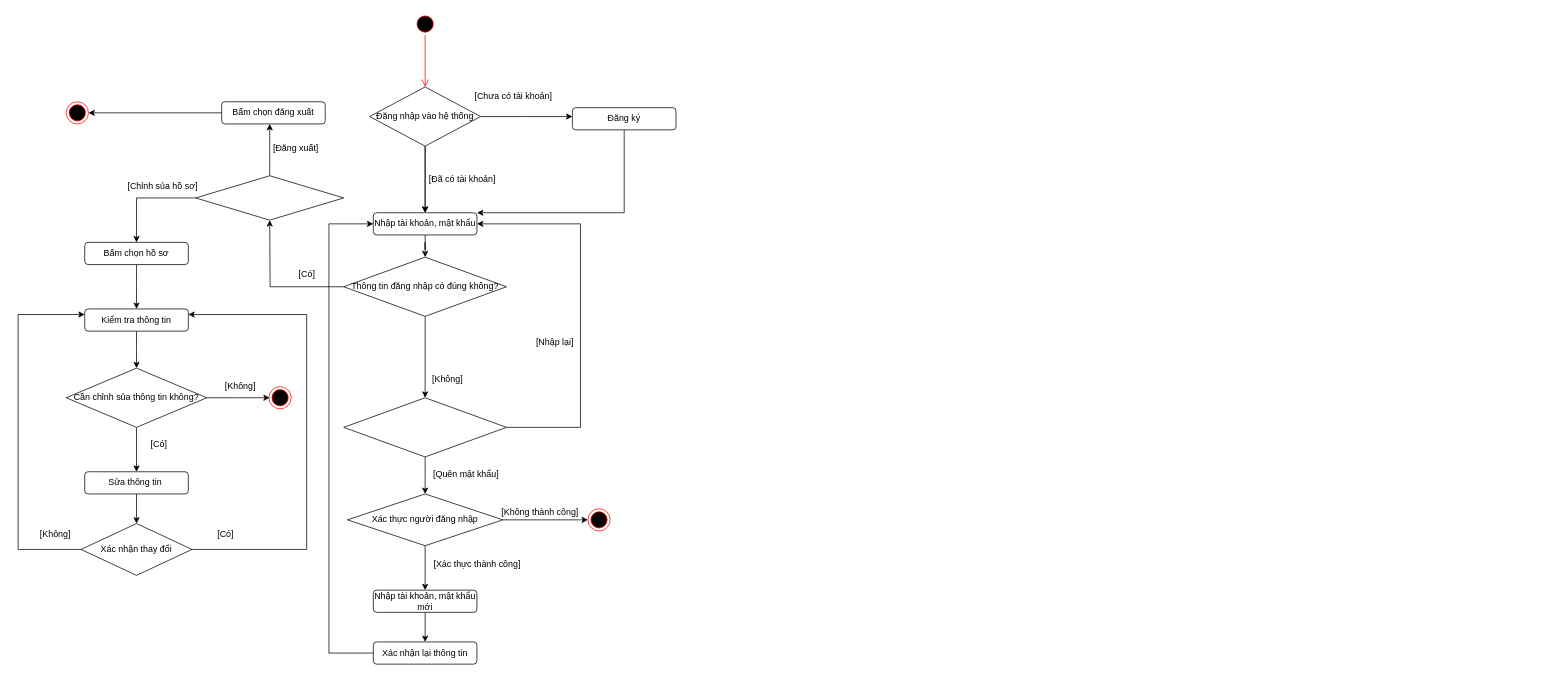
The draw.io diagram Activity Diagram/Quản lý tài khoản/actitvity quản lý tài khoản.drawio in brown2004/PTTKHT-project, before the edit. Source tidied: cells renumbered, new cells numbered last; positions are measured from the earlier drawing's top-left corner, leaving out a move shared by most shapes. Both pictures are drawn from the tidied source at 74%, with x=0, y=0 at pixel (18, 13).
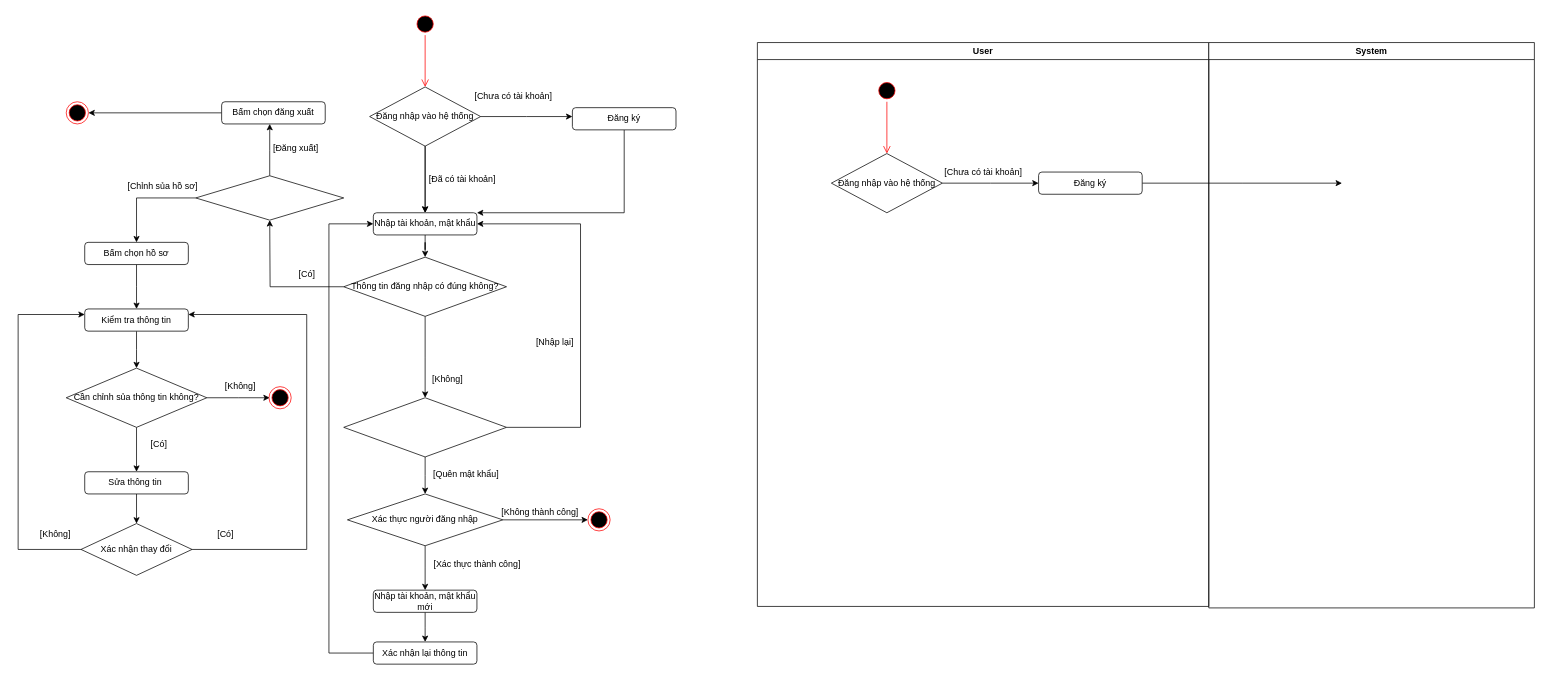
Above is the later version.

The edit, as a diff of the source:
```diff
@@
+    <mxCell id="59" value="User" style="swimlane;whiteSpace=wrap;" parent="1" vertex="1">
+      <mxGeometry x="999" y="40" width="610" height="762" as="geometry" />
+    </mxCell>
+    <mxCell id="60" style="ellipse;html=1;shape=startState;fillColor=#000000;strokeColor=#ff0000;" parent="59" vertex="1">
+      <mxGeometry x="160" y="50" width="30" height="30" as="geometry" />
+    </mxCell>
+    <mxCell id="61" style="edgeStyle=orthogonalEdgeStyle;html=1;verticalAlign=bottom;endArrow=open;endSize=8;strokeColor=#ff0000;rounded=0;entryX=0.5;entryY=0;entryDx=0;entryDy=0;" parent="59" edge="1" source="60" target="62">
+      <mxGeometry relative="1" as="geometry" />
+    </mxCell>
+    <mxCell id="62" value="Đăng nhập vào hệ thống" style="rhombus;whiteSpace=wrap;html=1;" parent="59" vertex="1">
+      <mxGeometry x="100" y="150" width="150" height="80" as="geometry" />
+    </mxCell>
+    <mxCell id="63" style="edgeStyle=orthogonalEdgeStyle;rounded=0;jettySize=auto;html=1;exitX=1;exitY=0.5;exitDx=0;exitDy=0;" parent="59" edge="1" source="62">
+      <mxGeometry relative="1" as="geometry">
+        <mxPoint x="380" y="190" as="targetPoint" />
+      </mxGeometry>
+    </mxCell>
+    <mxCell id="64" value="[Chưa có tài khoản]" style="text;html=1;align=center;verticalAlign=middle;strokeColor=none;fillColor=none;" parent="59" vertex="1">
+      <mxGeometry x="240" y="160" width="130" height="30" as="geometry" />
+    </mxCell>
+    <mxCell id="65" style="edgeStyle=orthogonalEdgeStyle;rounded=0;jettySize=auto;html=1;" parent="59" edge="1" source="66">
+      <mxGeometry relative="1" as="geometry">
+        <mxPoint x="790" y="190" as="targetPoint" />
+      </mxGeometry>
+    </mxCell>
+    <mxCell id="66" value="Đăng ký" style="rounded=1;whiteSpace=wrap;html=1;" parent="59" vertex="1">
+      <mxGeometry x="380" y="175" width="140" height="30" as="geometry" />
+    </mxCell>
+    <mxCell id="67" value="System" style="swimlane;whiteSpace=wrap;startSize=23;" parent="1" vertex="1">
+      <mxGeometry x="1609" y="40" width="440" height="764" as="geometry" />
+    </mxCell>
```
